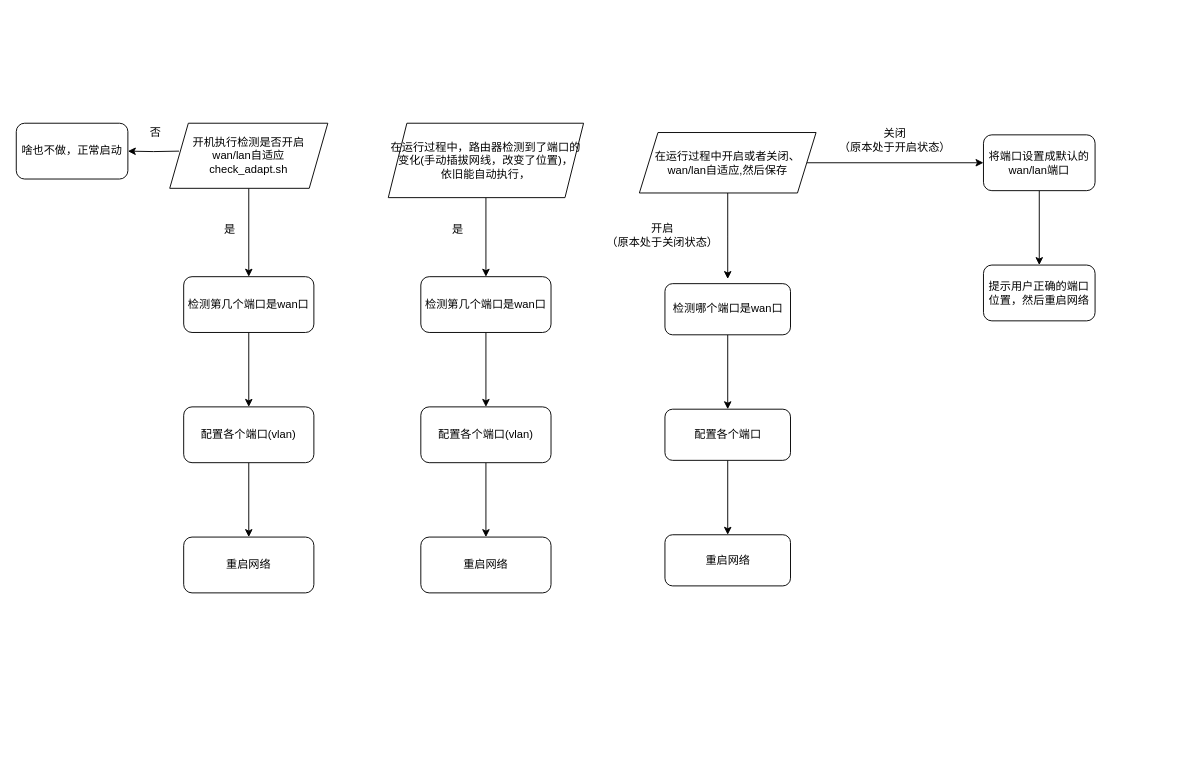
The draw.io diagram wan/lan_auto_seletct.drawio in EasternCabbage/draw.io, before the edit. Source tidied: cells renumbered, new cells numbered last; positions are measured from the earlier drawing's top-left corner, leaving out a move shared by most shapes. Both pictures are drawn from the tidied source at 93%, with x=0, y=0 at pixel (16, 123).
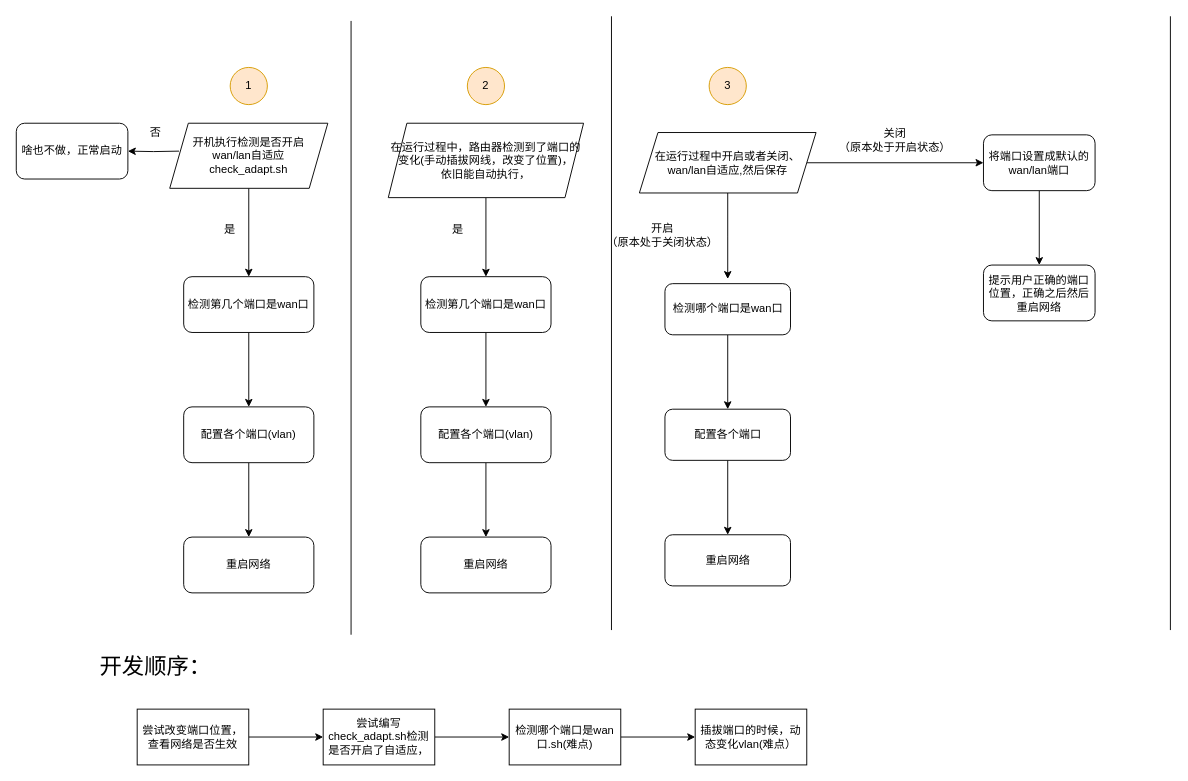
After the change.

What changed in the source:
```diff
@@
-    <mxCell id="33" value="提示用户正确的端口位置，然后重启网络" style="rounded=1;whiteSpace=wrap;html=1;" parent="1" vertex="1">
+    <mxCell id="33" value="提示用户正确的端口位置，正确之后然后重启网络" style="rounded=1;whiteSpace=wrap;html=1;" parent="1" vertex="1">
       <mxGeometry x="1040" y="152.5" width="120" height="60" as="geometry" />
     </mxCell>
+    <mxCell id="34" style="edgeStyle=orthogonalEdgeStyle;rounded=0;jettySize=auto;html=1;" parent="1" edge="1" source="35" target="37">
+      <mxGeometry relative="1" as="geometry" />
+    </mxCell>
+    <mxCell id="35" value="尝试改变端口位置，查看网络是否生效" style="rounded=0;whiteSpace=wrap;html=1;" parent="1" vertex="1">
+      <mxGeometry x="130" y="630" width="120" height="60" as="geometry" />
+    </mxCell>
+    <mxCell id="36" style="edgeStyle=orthogonalEdgeStyle;rounded=0;jettySize=auto;html=1;" parent="1" edge="1" source="37" target="39">
+      <mxGeometry relative="1" as="geometry" />
+    </mxCell>
+    <mxCell id="37" value="尝试编写check_adapt.sh检测是否开启了自适应，" style="rounded=0;whiteSpace=wrap;html=1;" parent="1" vertex="1">
+      <mxGeometry x="330" y="630" width="120" height="60" as="geometry" />
+    </mxCell>
+    <mxCell id="38" style="edgeStyle=orthogonalEdgeStyle;rounded=0;jettySize=auto;html=1;fontSize=24;" parent="1" edge="1" source="39" target="47">
+      <mxGeometry relative="1" as="geometry" />
+    </mxCell>
+    <mxCell id="39" value="检测哪个端口是wan口.sh(难点)" style="rounded=0;whiteSpace=wrap;html=1;" parent="1" vertex="1">
+      <mxGeometry x="530" y="630" width="120" height="60" as="geometry" />
+    </mxCell>
+    <mxCell id="40" value="1" style="ellipse;whiteSpace=wrap;html=1;fillColor=#ffe6cc;strokeColor=#d79b00;" parent="1" vertex="1">
+      <mxGeometry x="230" y="-60" width="40" height="40" as="geometry" />
+    </mxCell>
+    <mxCell id="41" value="2" style="ellipse;whiteSpace=wrap;html=1;fillColor=#ffe6cc;strokeColor=#d79b00;" parent="1" vertex="1">
+      <mxGeometry x="485" y="-60" width="40" height="40" as="geometry" />
+    </mxCell>
+    <mxCell id="42" value="3" style="ellipse;whiteSpace=wrap;html=1;fillColor=#ffe6cc;strokeColor=#d79b00;" parent="1" vertex="1">
+      <mxGeometry x="745" y="-60" width="40" height="40" as="geometry" />
+    </mxCell>
+    <mxCell id="43" style="endArrow=none;html=1;" parent="1" edge="1">
+      <mxGeometry relative="1" as="geometry">
+        <mxPoint x="360" y="550" as="sourcePoint" />
+        <mxPoint x="360" y="-110" as="targetPoint" />
+      </mxGeometry>
+    </mxCell>
+    <mxCell id="44" style="endArrow=none;html=1;" parent="1" edge="1">
+      <mxGeometry relative="1" as="geometry">
+        <mxPoint x="640" y="545" as="sourcePoint" />
+        <mxPoint x="640" y="-115" as="targetPoint" />
+      </mxGeometry>
+    </mxCell>
+    <mxCell id="45" style="endArrow=none;html=1;" parent="1" edge="1">
+      <mxGeometry relative="1" as="geometry">
+        <mxPoint x="1241" y="545" as="sourcePoint" />
+        <mxPoint x="1241" y="-115" as="targetPoint" />
+      </mxGeometry>
+    </mxCell>
+    <mxCell id="46" value="开发顺序：" style="text;html=1;strokeColor=none;fillColor=none;align=center;verticalAlign=middle;whiteSpace=wrap;rounded=0;strokeWidth=1;fontSize=24;" parent="1" vertex="1">
+      <mxGeometry x="10" y="560" width="280" height="50" as="geometry" />
+    </mxCell>
+    <mxCell id="47" value="插拔端口的时候，动态变化vlan(难点）" style="rounded=0;whiteSpace=wrap;html=1;" parent="1" vertex="1">
+      <mxGeometry x="730" y="630" width="120" height="60" as="geometry" />
+    </mxCell>
```
